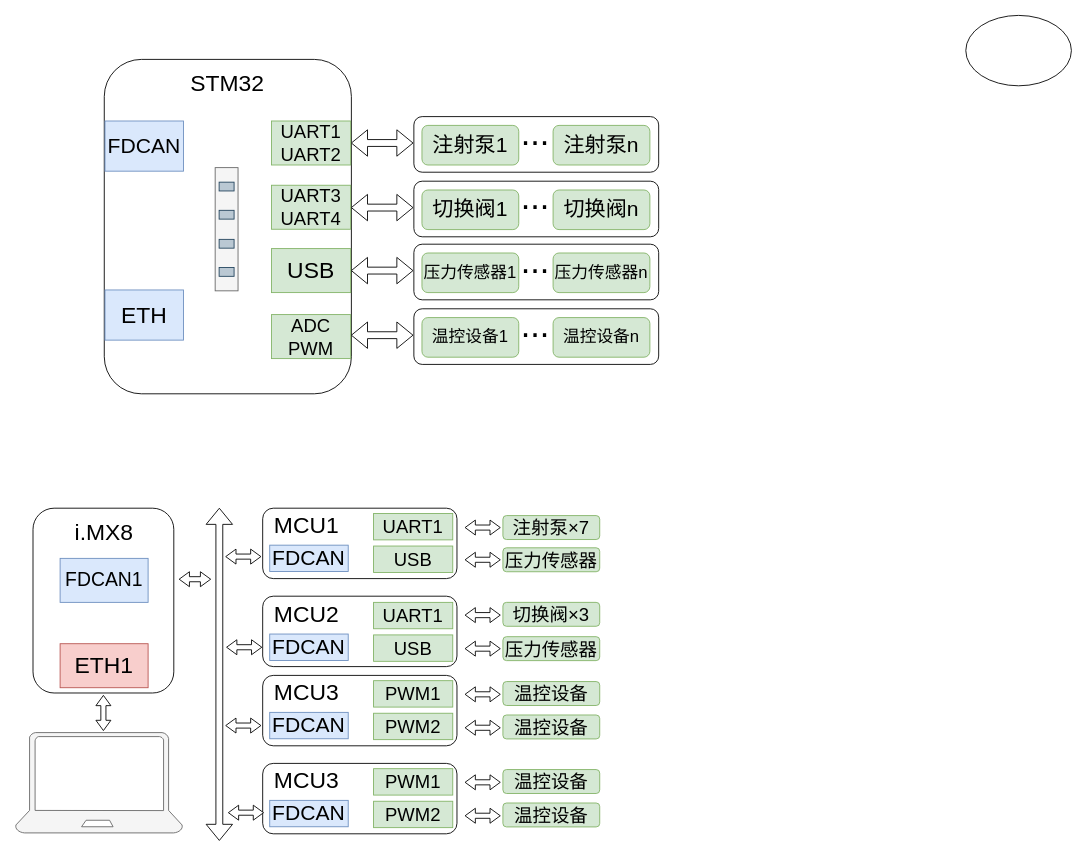
Above: 第六章绘图.drawio in madao101/draw (draw.io), before the change. Source tidied: cells renumbered, new cells numbered last; positions are measured from the earlier drawing's top-left corner, leaving out a move shared by most shapes. Both pictures are drawn from the tidied source at 88%, with x=0, y=0 at pixel (15, 15).
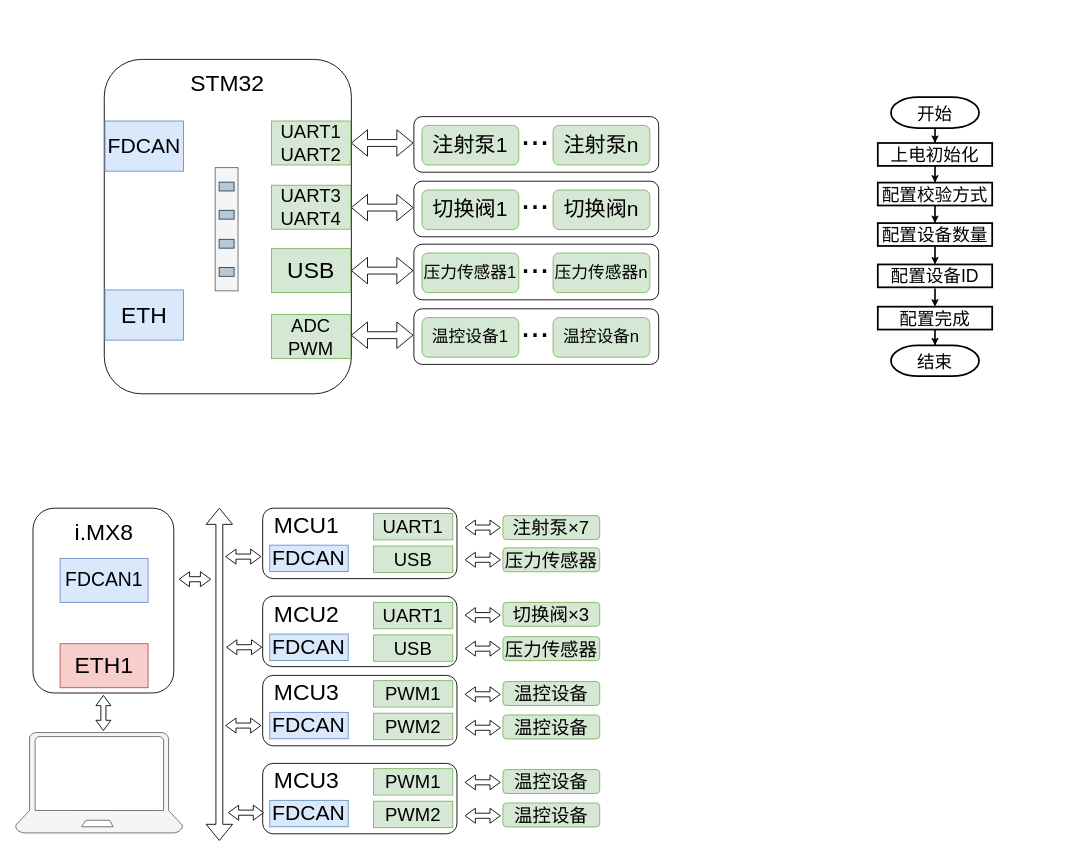
Above is the later version.

Commit message:
更新第六章绘图.drawio

What changed in the source:
```diff
@@
-    <mxCell id="85" style="ellipse;whiteSpace=wrap;html=1;" parent="1" vertex="1">
-      <mxGeometry x="1080" width="120" height="80" as="geometry" />
-    </mxCell>
+    <mxCell id="86" style="edgeStyle=orthogonalEdgeStyle;rounded=0;jettySize=auto;html=1;" parent="1" edge="1" source="87" target="89">
+      <mxGeometry relative="1" as="geometry" />
+    </mxCell>
+    <mxCell id="87" value="开始" style="strokeWidth=2;html=1;shape=mxgraph.flowchart.terminator;whiteSpace=wrap;fontSize=20;" parent="1" vertex="1">
+      <mxGeometry x="995" y="93" width="100" height="35" as="geometry" />
+    </mxCell>
+    <mxCell id="88" style="edgeStyle=orthogonalEdgeStyle;rounded=0;jettySize=auto;html=1;" parent="1" edge="1" source="89" target="91">
+      <mxGeometry relative="1" as="geometry" />
+    </mxCell>
+    <mxCell id="89" value="上电初始化" style="whiteSpace=wrap;html=1;fontSize=20;strokeWidth=2;" parent="1" vertex="1">
+      <mxGeometry x="980" y="145" width="130" height="26" as="geometry" />
+    </mxCell>
+    <mxCell id="90" style="edgeStyle=orthogonalEdgeStyle;rounded=0;jettySize=auto;html=1;" parent="1" edge="1" source="91" target="93">
+      <mxGeometry relative="1" as="geometry" />
+    </mxCell>
+    <mxCell id="91" value="配置校验方式" style="whiteSpace=wrap;html=1;fontSize=20;strokeWidth=2;" parent="1" vertex="1">
+      <mxGeometry x="980" y="190" width="130" height="26" as="geometry" />
+    </mxCell>
+    <mxCell id="92" style="edgeStyle=orthogonalEdgeStyle;rounded=0;jettySize=auto;html=1;" parent="1" edge="1" source="93" target="95">
+      <mxGeometry relative="1" as="geometry" />
+    </mxCell>
+    <mxCell id="93" value="配置设备数量" style="whiteSpace=wrap;html=1;fontSize=20;strokeWidth=2;" parent="1" vertex="1">
+      <mxGeometry x="980" y="236" width="130" height="26" as="geometry" />
+    </mxCell>
+    <mxCell id="94" style="edgeStyle=orthogonalEdgeStyle;rounded=0;jettySize=auto;html=1;" parent="1" edge="1" source="95" target="97">
+      <mxGeometry relative="1" as="geometry" />
+    </mxCell>
+    <mxCell id="95" value="配置设备ID" style="whiteSpace=wrap;html=1;fontSize=20;strokeWidth=2;" parent="1" vertex="1">
+      <mxGeometry x="980" y="283" width="130" height="26" as="geometry" />
+    </mxCell>
+    <mxCell id="96" style="edgeStyle=orthogonalEdgeStyle;rounded=0;jettySize=auto;html=1;" parent="1" edge="1" source="97" target="98">
+      <mxGeometry relative="1" as="geometry" />
+    </mxCell>
+    <mxCell id="97" value="配置完成" style="whiteSpace=wrap;html=1;fontSize=20;strokeWidth=2;" parent="1" vertex="1">
+      <mxGeometry x="980" y="331" width="130" height="26" as="geometry" />
+    </mxCell>
+    <mxCell id="98" value="结束" style="strokeWidth=2;html=1;shape=mxgraph.flowchart.terminator;whiteSpace=wrap;fontSize=20;" parent="1" vertex="1">
+      <mxGeometry x="995" y="375" width="100" height="35" as="geometry" />
+    </mxCell>
```
